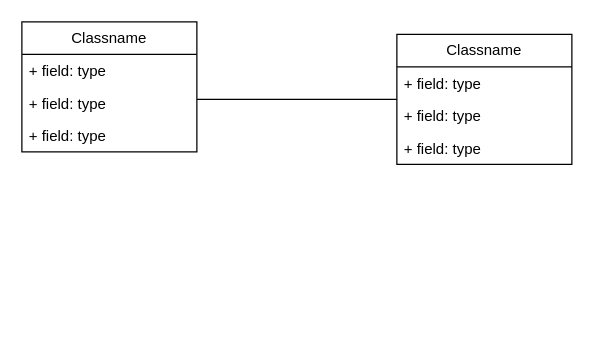
Above: Untitled Diagram.drawio in eabbas/university (draw.io), before the change. Source tidied: cells renumbered, new cells numbered last; positions are measured from the earlier drawing's top-left corner, leaving out a move shared by most shapes. Both pictures are drawn from the tidied source at 125%, with x=0, y=0 at pixel (21, 21).
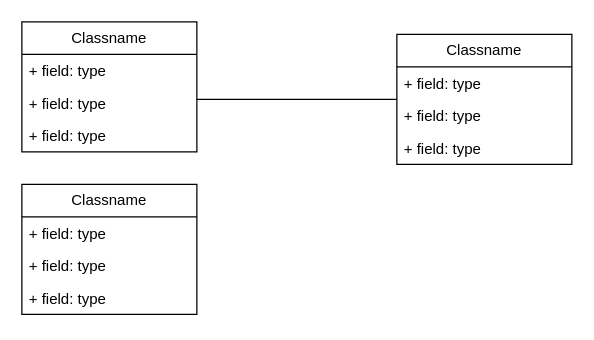
The same diagram, later.

Change to the diagram source:
```diff
@@
 <mxGraphModel>
   <root>
     <mxCell id="0" />
     <mxCell id="1" parent="0" />
     <mxCell id="2" value="Classname" style="swimlane;fontStyle=0;horizontal=1;startSize=26;fillColor=none;whiteSpace=wrap;html=1;" parent="1" vertex="1">
       <mxGeometry x="300" y="10" width="140" height="104" as="geometry" />
     </mxCell>
     <mxCell id="3" value="+ field: type" style="text;strokeColor=none;fillColor=none;align=left;verticalAlign=top;spacingLeft=4;spacingRight=4;overflow=hidden;whiteSpace=wrap;html=1;" parent="2" vertex="1">
       <mxGeometry y="26" width="140" height="26" as="geometry" />
     </mxCell>
     <mxCell id="4" value="+ field: type" style="text;strokeColor=none;fillColor=none;align=left;verticalAlign=top;spacingLeft=4;spacingRight=4;overflow=hidden;whiteSpace=wrap;html=1;" parent="2" vertex="1">
       <mxGeometry y="52" width="140" height="26" as="geometry" />
     </mxCell>
     <mxCell id="5" value="+ field: type" style="text;strokeColor=none;fillColor=none;align=left;verticalAlign=top;spacingLeft=4;spacingRight=4;overflow=hidden;whiteSpace=wrap;html=1;" parent="2" vertex="1">
       <mxGeometry y="78" width="140" height="26" as="geometry" />
     </mxCell>
     <mxCell id="6" style="line;strokeWidth=1;fillColor=none;align=left;verticalAlign=middle;spacingTop=-1;spacingLeft=3;spacingRight=3;labelPosition=right;strokeColor=inherit;" parent="1" vertex="1">
       <mxGeometry x="140" y="58" width="160" height="8" as="geometry" />
     </mxCell>
     <mxCell id="7" value="Classname" style="swimlane;fontStyle=0;horizontal=1;startSize=26;fillColor=none;whiteSpace=wrap;html=1;" parent="1" vertex="1">
       <mxGeometry width="140" height="104" as="geometry" />
     </mxCell>
     <mxCell id="8" value="+ field: type" style="text;strokeColor=none;fillColor=none;align=left;verticalAlign=top;spacingLeft=4;spacingRight=4;overflow=hidden;whiteSpace=wrap;html=1;" parent="7" vertex="1">
       <mxGeometry y="26" width="140" height="26" as="geometry" />
     </mxCell>
     <mxCell id="9" value="+ field: type" style="text;strokeColor=none;fillColor=none;align=left;verticalAlign=top;spacingLeft=4;spacingRight=4;overflow=hidden;whiteSpace=wrap;html=1;" parent="7" vertex="1">
       <mxGeometry y="52" width="140" height="26" as="geometry" />
     </mxCell>
     <mxCell id="10" value="+ field: type" style="text;strokeColor=none;fillColor=none;align=left;verticalAlign=top;spacingLeft=4;spacingRight=4;overflow=hidden;whiteSpace=wrap;html=1;" parent="7" vertex="1">
       <mxGeometry y="78" width="140" height="26" as="geometry" />
     </mxCell>
+    <mxCell id="11" value="Classname" style="swimlane;fontStyle=0;horizontal=1;startSize=26;fillColor=none;whiteSpace=wrap;html=1;" parent="1" vertex="1">
+      <mxGeometry y="130" width="140" height="104" as="geometry" />
+    </mxCell>
+    <mxCell id="12" value="+ field: type" style="text;strokeColor=none;fillColor=none;align=left;verticalAlign=top;spacingLeft=4;spacingRight=4;overflow=hidden;whiteSpace=wrap;html=1;" parent="11" vertex="1">
+      <mxGeometry y="26" width="140" height="26" as="geometry" />
+    </mxCell>
+    <mxCell id="13" value="+ field: type" style="text;strokeColor=none;fillColor=none;align=left;verticalAlign=top;spacingLeft=4;spacingRight=4;overflow=hidden;whiteSpace=wrap;html=1;" parent="11" vertex="1">
+      <mxGeometry y="52" width="140" height="26" as="geometry" />
+    </mxCell>
+    <mxCell id="14" value="+ field: type" style="text;strokeColor=none;fillColor=none;align=left;verticalAlign=top;spacingLeft=4;spacingRight=4;overflow=hidden;whiteSpace=wrap;html=1;" parent="11" vertex="1">
+      <mxGeometry y="78" width="140" height="26" as="geometry" />
+    </mxCell>
   </root>
 </mxGraphModel>
```
